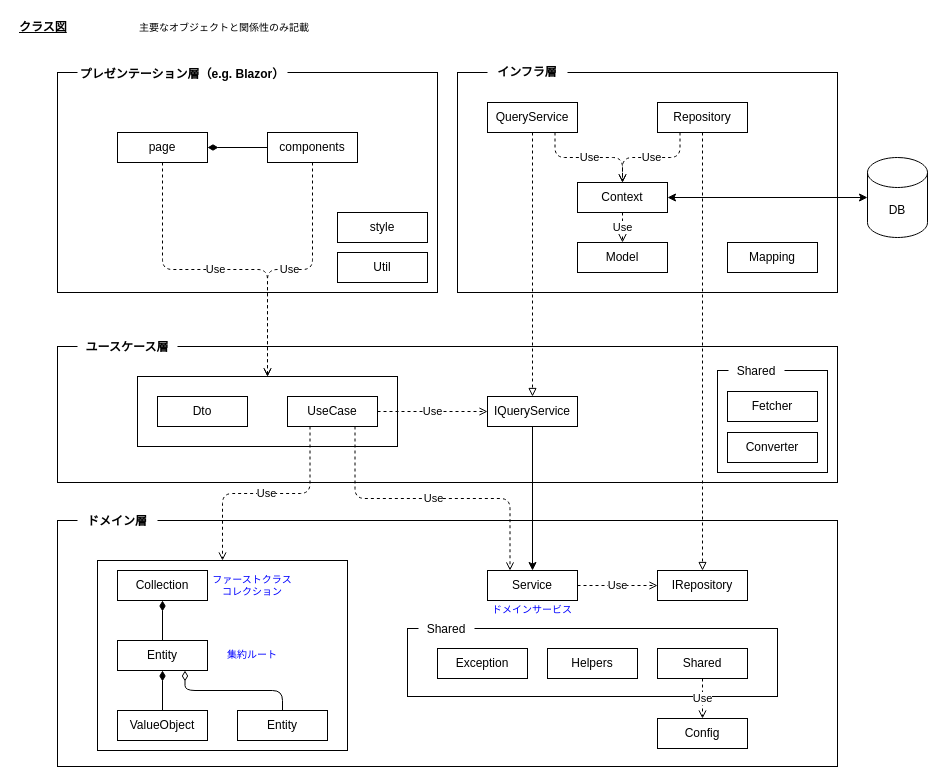
The draw.io diagram ddd/04_クラス図.drawio in atman-33/system-dev-docs, before the edit. Source tidied: cells renumbered, new cells numbered last; positions are measured from the earlier drawing's top-left corner, leaving out a move shared by most shapes. Both pictures are drawn from the tidied source at 100%, with x=0, y=0 at pixel (17, 17).
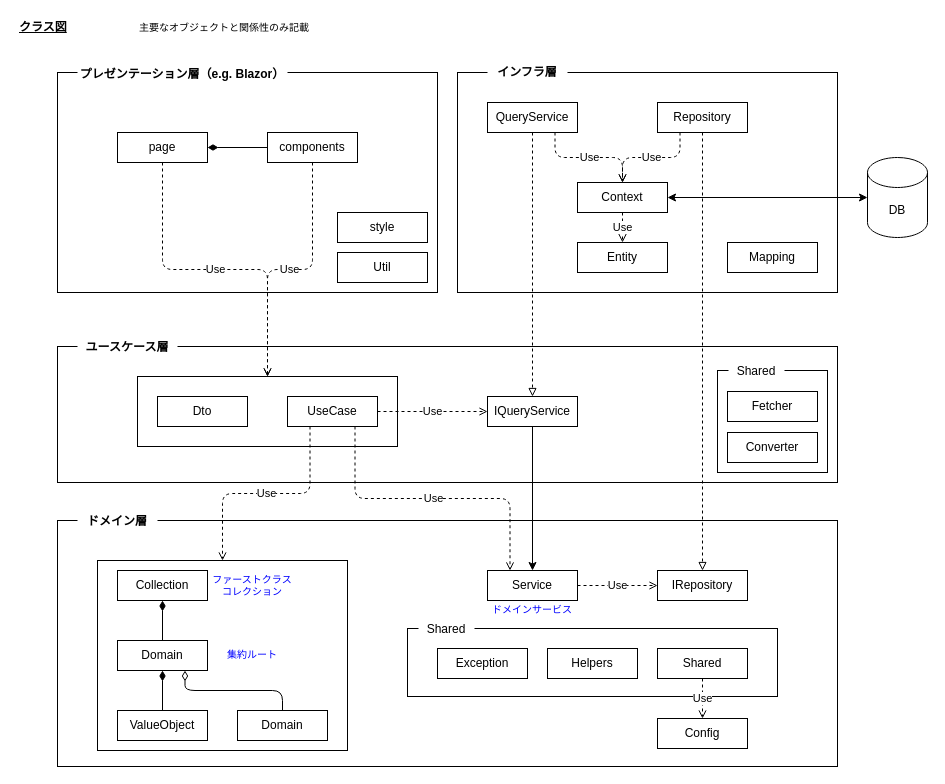
The same page after the edit.

Diff of the diagram source:
```diff
@@
-    <mxCell id="25" value="Entity" style="rounded=0;whiteSpace=wrap;html=1;" parent="1" vertex="1">
+    <mxCell id="25" value="Domain" style="rounded=0;whiteSpace=wrap;html=1;" parent="1" vertex="1">
       <mxGeometry x="100" y="623" width="90" height="30" as="geometry" />
     </mxCell>
@@
-    <mxCell id="32" value="Model" style="rounded=0;whiteSpace=wrap;html=1;" parent="1" vertex="1">
+    <mxCell id="32" value="Entity" style="rounded=0;whiteSpace=wrap;html=1;" parent="1" vertex="1">
       <mxGeometry x="560" y="225" width="90" height="30" as="geometry" />
     </mxCell>
@@
-    <mxCell id="54" value="Entity" style="rounded=0;whiteSpace=wrap;html=1;" parent="1" vertex="1">
+    <mxCell id="54" value="Domain" style="rounded=0;whiteSpace=wrap;html=1;" parent="1" vertex="1">
       <mxGeometry x="220" y="693" width="90" height="30" as="geometry" />
     </mxCell>
```
